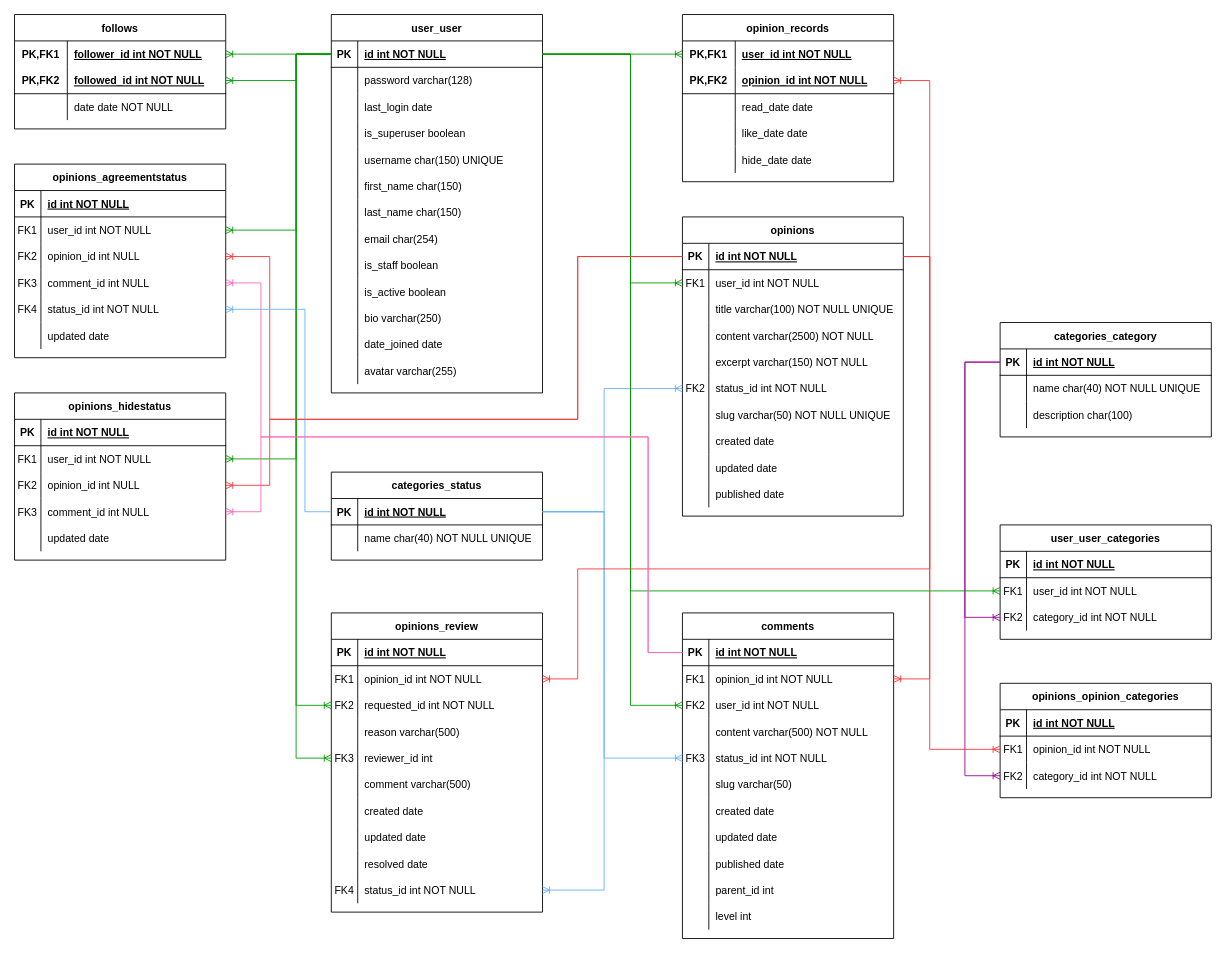
This is page "database-schema" (1 of 14) of doc/design/soapbox.drawio from ibuttimer/soapbox, a draw.io file, before an edit. Source tidied: cells renumbered, new cells numbered last; positions are measured from the earlier drawing's top-left corner, leaving out a move shared by most shapes. Both pictures are drawn from the tidied source at 88%, with x=0, y=0 at pixel (14, 14).
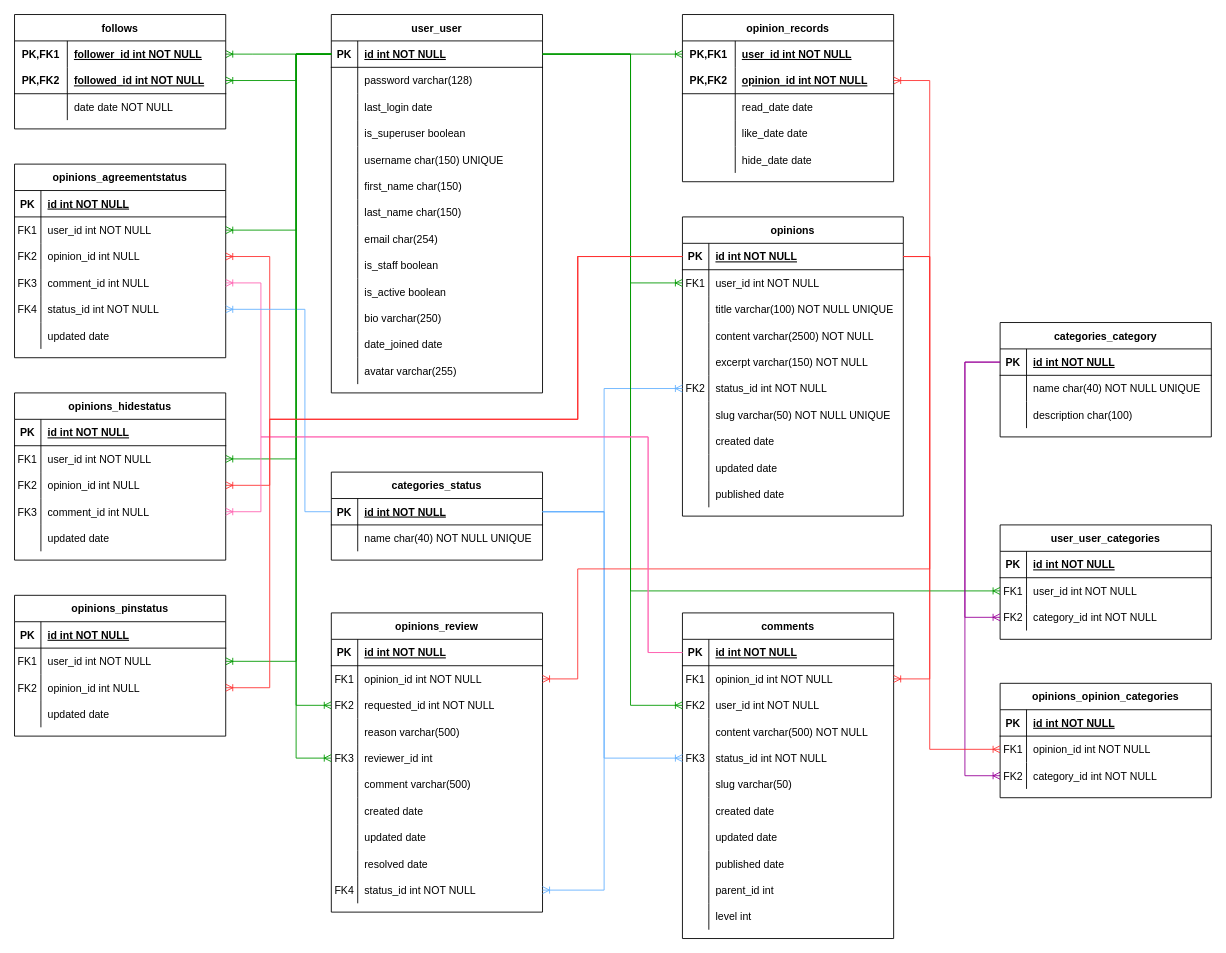
The same diagram, later.

Unchanged cells that the change refers to:
```xml
<mxCell id="3" style="shape=partialRectangle;fillColor=none;points=[[0,0.5],[1,0.5]];portConstraint=eastwest;top=0;left=0;right=0;bottom=1;" parent="2" vertex="1">
  <mxGeometry y="30" width="251" height="30" as="geometry" />
</mxCell>
<mxCell id="44" style="shape=partialRectangle;fillColor=none;points=[[0,0.5],[1,0.5]];portConstraint=eastwest;top=0;left=0;right=0;bottom=1;" parent="43" vertex="1">
  <mxGeometry y="30" width="240" height="30" as="geometry" />
</mxCell>
```

The edit, as a diff of the source:
```diff
@@
+    <mxCell id="260" value="opinions_pinstatus" style="shape=table;startSize=30;childLayout=tableLayout;rowLines=0;fontStyle=1;align=center;" parent="1" vertex="1">
+      <mxGeometry y="660" width="240" height="160" as="geometry" />
+    </mxCell>
+    <mxCell id="261" style="shape=partialRectangle;fillColor=none;top=0;left=0;right=0;bottom=1;" parent="260" vertex="1">
+      <mxGeometry y="30" width="240" height="30" as="geometry" />
+    </mxCell>
+    <mxCell id="262" value="PK" style="shape=partialRectangle;overflow=hidden;fillColor=none;top=0;left=0;bottom=0;right=0;fontStyle=1;" parent="261" vertex="1">
+      <mxGeometry width="30" height="30" as="geometry" />
+    </mxCell>
+    <mxCell id="263" value="id int NOT NULL " style="shape=partialRectangle;overflow=hidden;fillColor=none;top=0;left=0;bottom=0;right=0;align=left;spacingLeft=6;fontStyle=5;" parent="261" vertex="1">
+      <mxGeometry x="30" width="210" height="30" as="geometry" />
+    </mxCell>
+    <mxCell id="264" style="shape=partialRectangle;fillColor=none;points=[[0,0.5],[1,0.5]];portConstraint=eastwest;top=0;left=0;right=0;bottom=0;" parent="260" vertex="1">
+      <mxGeometry y="60" width="240" height="30" as="geometry" />
+    </mxCell>
+    <mxCell id="265" value="FK1" style="shape=partialRectangle;overflow=hidden;fillColor=none;top=0;left=0;bottom=0;right=0;" parent="264" vertex="1">
+      <mxGeometry width="30" height="30" as="geometry" />
+    </mxCell>
+    <mxCell id="266" value="user_id int NOT NULL" style="shape=partialRectangle;overflow=hidden;fillColor=none;top=0;left=0;bottom=0;right=0;align=left;spacingLeft=6;" parent="264" vertex="1">
+      <mxGeometry x="30" width="210" height="30" as="geometry" />
+    </mxCell>
+    <mxCell id="267" style="shape=partialRectangle;fillColor=none;points=[[0,0.5],[1,0.5]];portConstraint=eastwest;top=0;left=0;right=0;bottom=0;" parent="260" vertex="1">
+      <mxGeometry y="90" width="240" height="30" as="geometry" />
+    </mxCell>
+    <mxCell id="268" value="FK2" style="shape=partialRectangle;overflow=hidden;fillColor=none;top=0;left=0;bottom=0;right=0;" parent="267" vertex="1">
+      <mxGeometry width="30" height="30" as="geometry" />
+    </mxCell>
+    <mxCell id="269" value="opinion_id int NULL" style="shape=partialRectangle;overflow=hidden;fillColor=none;top=0;left=0;bottom=0;right=0;align=left;spacingLeft=6;" parent="267" vertex="1">
+      <mxGeometry x="30" width="210" height="30" as="geometry" />
+    </mxCell>
+    <mxCell id="270" style="shape=partialRectangle;fillColor=none;top=0;left=0;right=0;bottom=0;" parent="260" vertex="1">
+      <mxGeometry y="120" width="240" height="30" as="geometry" />
+    </mxCell>
+    <mxCell id="271" style="shape=partialRectangle;overflow=hidden;fillColor=none;top=0;left=0;bottom=0;right=0;" parent="270" vertex="1">
+      <mxGeometry width="30" height="30" as="geometry" />
+    </mxCell>
+    <mxCell id="272" value="updated date" style="shape=partialRectangle;overflow=hidden;fillColor=none;top=0;left=0;bottom=0;right=0;align=left;spacingLeft=6;" parent="270" vertex="1">
+      <mxGeometry x="30" width="210" height="30" as="geometry" />
+    </mxCell>
+    <mxCell id="273" style="edgeStyle=elbowEdgeStyle;fontSize=12;html=1;endArrow=ERoneToMany;rounded=0;strokeColor=#009900;exitX=0;exitY=0.5;exitDx=0;exitDy=0;" parent="1" edge="1" source="44" target="264">
+      <mxGeometry relative="1" as="geometry">
+        <Array as="points">
+          <mxPoint x="320" y="280" />
+        </Array>
+      </mxGeometry>
+    </mxCell>
+    <mxCell id="274" style="edgeStyle=orthogonalEdgeStyle;fontSize=12;html=1;endArrow=ERoneToMany;rounded=0;exitX=0;exitY=0.5;exitDx=0;exitDy=0;strokeColor=#FF3333;entryX=1;entryY=0.5;entryDx=0;entryDy=0;" parent="1" edge="1" source="3" target="267">
+      <mxGeometry relative="1" as="geometry">
+        <Array as="points">
+          <mxPoint x="640" y="275" />
+          <mxPoint x="640" y="460" />
+          <mxPoint x="290" y="460" />
+          <mxPoint x="290" y="765" />
+        </Array>
+      </mxGeometry>
+    </mxCell>
```
